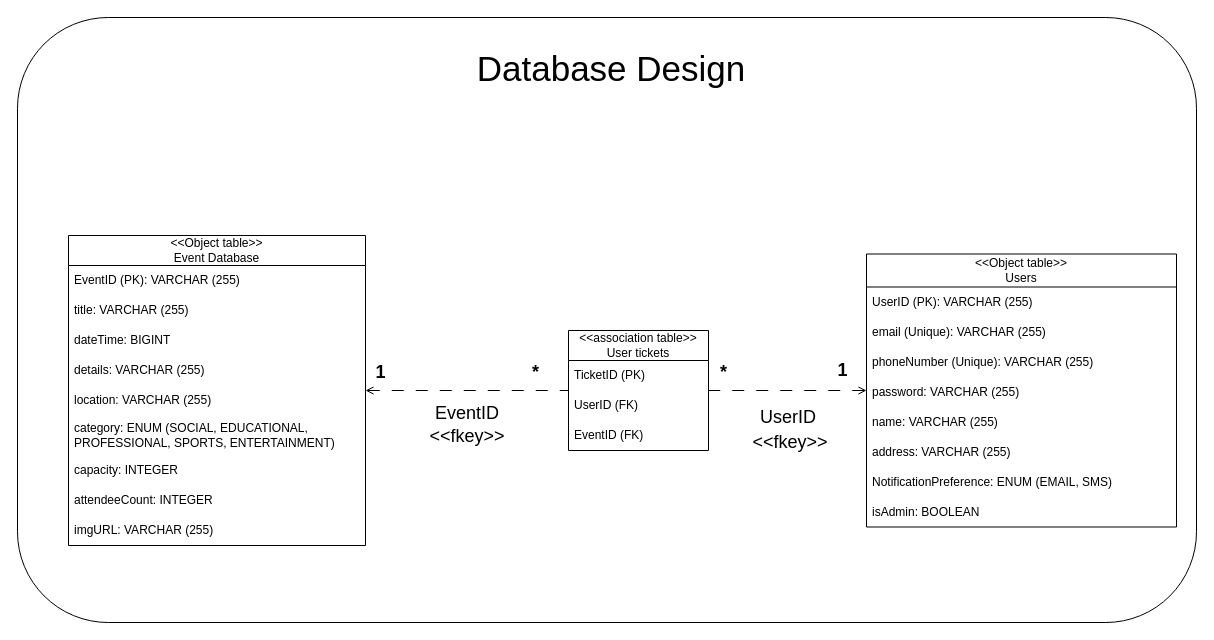
The draw.io diagram documentation/Database Design/DatabaseDesign.drawio in The-dream-Team-D/SOEN345-Project, before the edit. Source tidied: cells renumbered, new cells numbered last; positions are measured from the earlier drawing's top-left corner, leaving out a move shared by most shapes. Both pictures are drawn from the tidied source at 100%, with x=0, y=0 at pixel (17, 17).
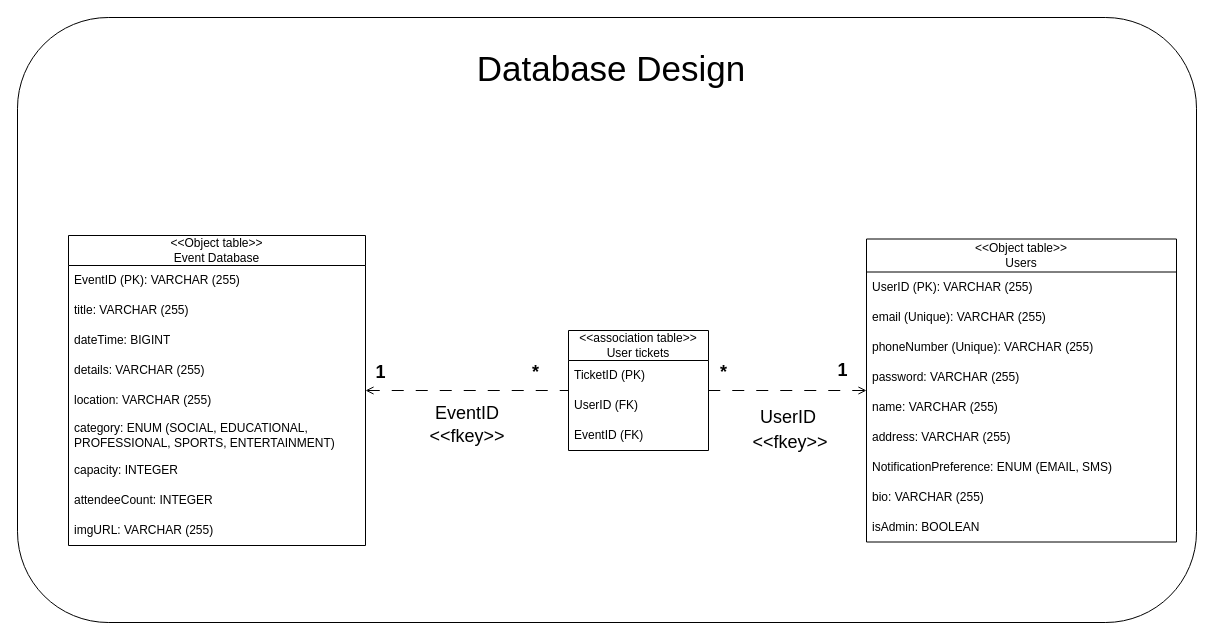
After the change.

Commit message (it also covers changes not shown here):
Database design and Fix of Bug

What changed in the source:
```diff
@@
     <mxCell id="18" value="&lt;div&gt;&lt;div&gt;&lt;font&gt;&amp;lt;&amp;lt;Object table&amp;gt;&amp;gt;&lt;/font&gt;&lt;/div&gt;&lt;/div&gt;&lt;font&gt;Users&lt;/font&gt;" style="swimlane;fontStyle=0;horizontal=1;startSize=33;whiteSpace=wrap;html=1;" parent="1" vertex="1">
-      <mxGeometry x="849" y="236.5" width="310" height="273" as="geometry" />
+      <mxGeometry x="849" y="221.5" width="310" height="303" as="geometry" />
     </mxCell>
@@
+    <mxCell id="38" value="bio: VARCHAR (255&lt;span style=&quot;color: light-dark(rgb(0, 0, 0), rgb(255, 255, 255)); background-color: transparent;&quot;&gt;)&lt;/span&gt;" style="text;strokeColor=none;fillColor=none;align=left;verticalAlign=middle;spacingLeft=4;spacingRight=4;overflow=hidden;whiteSpace=wrap;html=1;" parent="18" vertex="1">
+      <mxGeometry y="243" width="310" height="30" as="geometry" />
+    </mxCell>
     <mxCell id="26" value="isAdmin: BOOLEAN" style="text;strokeColor=none;fillColor=none;align=left;verticalAlign=middle;spacingLeft=4;spacingRight=4;overflow=hidden;whiteSpace=wrap;html=1;" parent="18" vertex="1">
-      <mxGeometry y="243" width="310" height="30" as="geometry" />
+      <mxGeometry y="273" width="310" height="30" as="geometry" />
     </mxCell>
```
